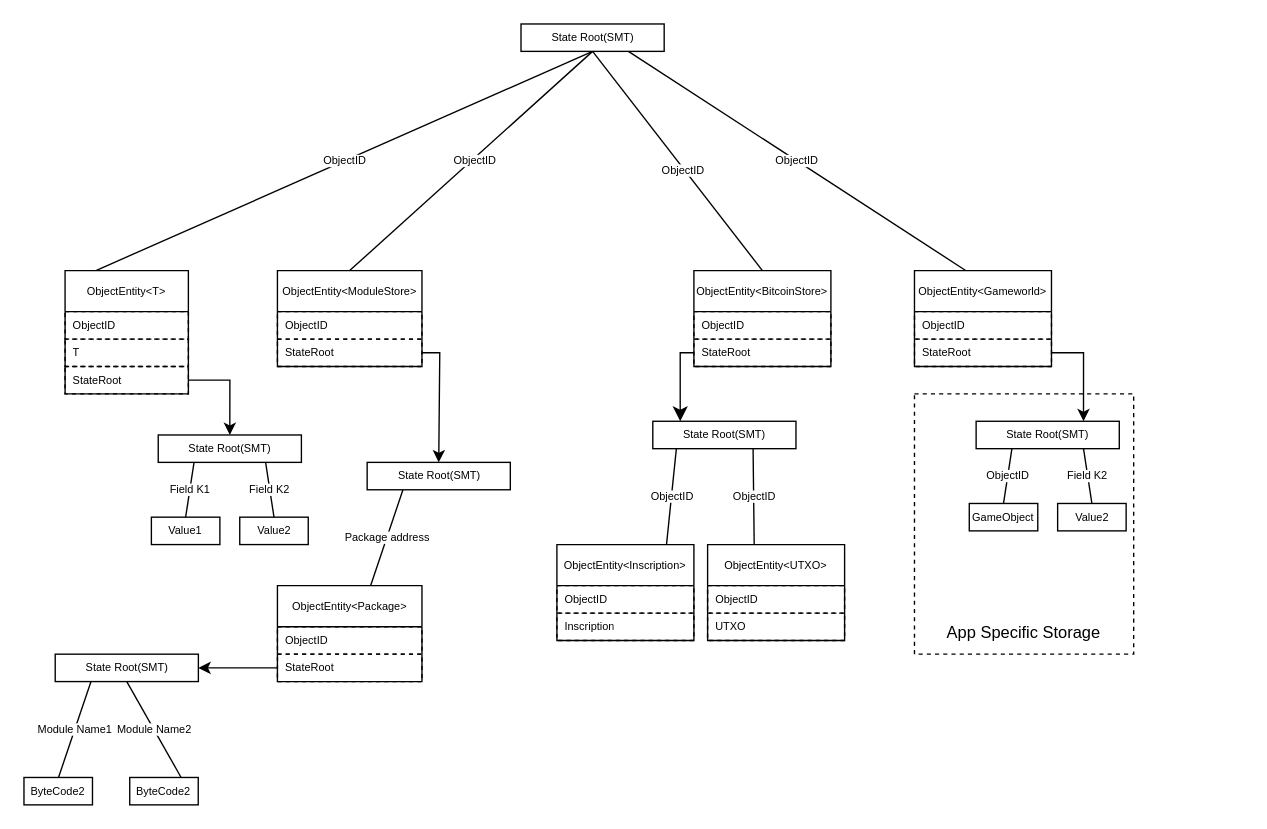
This is page "statedb" (3 of 10) of docs/website/public/docs/rooch-design.drawio from rooch-network/rooch, a draw.io file, before an edit. Source tidied: cells renumbered, new cells numbered last; positions are measured from the earlier drawing's top-left corner, leaving out a move shared by most shapes. Both pictures are drawn from the tidied source at 137%, with x=0, y=0 at pixel (23, 23).
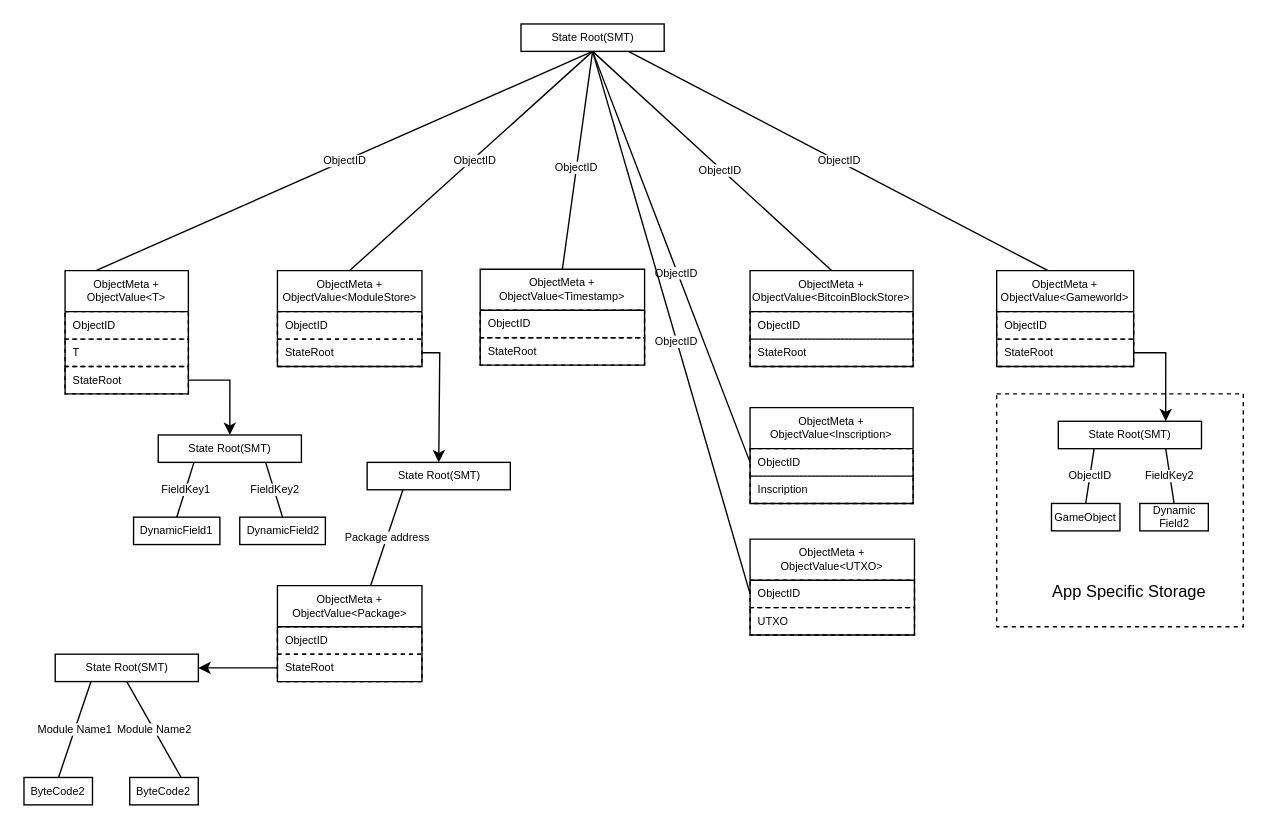
The same diagram, later.

Unchanged cells that the change refers to:
```xml
<mxCell id="6" value="State Root(SMT)" style="rounded=0;whiteSpace=wrap;html=1;fontSize=8;" parent="1" vertex="1">
  <mxGeometry x="362.8" width="104.5" height="20" as="geometry" />
</mxCell>
<mxCell id="32" value="State Root(SMT)" style="rounded=0;whiteSpace=wrap;html=1;fontSize=8;" parent="1" vertex="1">
  <mxGeometry x="98" y="300" width="104.5" height="20" as="geometry" />
</mxCell>
```

Change to the diagram source:
```diff
@@
+    <mxCell id="56" style="rounded=0;whiteSpace=wrap;html=1;fillColor=none;dashed=1;" parent="1" vertex="1">
+      <mxGeometry x="710" y="270" width="180" height="170" as="geometry" />
+    </mxCell>
@@
-    <mxCell id="7" value="ObjectEntity&amp;lt;ModuleStore&amp;gt;&lt;br&gt;" style="swimlane;fontStyle=0;horizontal=1;startSize=30;whiteSpace=wrap;html=1;fontSize=8;" parent="1" vertex="1">
+    <mxCell id="7" value="ObjectMeta + ObjectValue&amp;lt;ModuleStore&amp;gt;" style="swimlane;fontStyle=0;horizontal=1;startSize=30;whiteSpace=wrap;html=1;fontSize=8;" parent="1" vertex="1">
       <mxGeometry x="185" y="180" width="105.5" height="70" as="geometry" />
     </mxCell>
@@
-    <mxCell id="13" value="ObjectEntity&amp;lt;T&amp;gt;" style="swimlane;fontStyle=0;horizontal=1;startSize=30;whiteSpace=wrap;html=1;fontSize=8;" parent="1" vertex="1">
+    <mxCell id="13" value="ObjectMeta + ObjectValue&amp;lt;T&amp;gt;" style="swimlane;fontStyle=0;horizontal=1;startSize=30;whiteSpace=wrap;html=1;fontSize=8;" parent="1" vertex="1">
       <mxGeometry x="30" y="180" width="90" height="90" as="geometry" />
     </mxCell>
@@
-    <mxCell id="19" value="ObjectEntity&amp;lt;BitcoinStore&amp;gt;" style="swimlane;fontStyle=0;horizontal=1;startSize=30;whiteSpace=wrap;html=1;fontSize=8;" parent="1" vertex="1">
-      <mxGeometry x="489" y="180" width="100" height="70" as="geometry" />
+    <mxCell id="19" value="ObjectMeta + ObjectValue&amp;lt;BitcoinBlockStore&amp;gt;" style="swimlane;fontStyle=0;horizontal=1;startSize=30;whiteSpace=wrap;html=1;fontSize=8;" parent="1" vertex="1">
+      <mxGeometry x="530" y="180" width="119" height="70" as="geometry" />
     </mxCell>
     <mxCell id="20" value="ObjectID" style="text;strokeColor=default;fillColor=none;align=left;verticalAlign=middle;spacingLeft=4;spacingRight=4;overflow=hidden;whiteSpace=wrap;html=1;fontSize=8;dashed=1;" parent="19" vertex="1">
-      <mxGeometry y="30" width="100" height="20" as="geometry" />
+      <mxGeometry y="30" width="119" height="20" as="geometry" />
     </mxCell>
     <mxCell id="21" value="StateRoot" style="text;strokeColor=default;fillColor=none;align=left;verticalAlign=middle;spacingLeft=4;spacingRight=4;overflow=hidden;points=[[0,0.5],[1,0.5]];portConstraint=eastwest;whiteSpace=wrap;html=1;fontSize=8;dashed=1;" parent="19" vertex="1">
-      <mxGeometry y="50" width="100" height="20" as="geometry" />
+      <mxGeometry y="50" width="119" height="20" as="geometry" />
     </mxCell>
-    <mxCell id="22" value="ObjectID" style="edgeStyle=none;html=1;exitX=0.5;exitY=1;exitDx=0;exitDy=0;entryX=0.75;entryY=0;entryDx=0;entryDy=0;fontSize=8;endArrow=none;endFill=0;" parent="1" edge="1">
-      <mxGeometry relative="1" as="geometry">
-        <mxPoint x="476.2" y="310" as="sourcePoint" />
-        <mxPoint x="469" y="380" as="targetPoint" />
-      </mxGeometry>
-    </mxCell>
-    <mxCell id="23" value="State Root(SMT)" style="rounded=0;whiteSpace=wrap;html=1;fontSize=8;" parent="1" vertex="1">
-      <mxGeometry x="459" y="290" width="104.5" height="20" as="geometry" />
-    </mxCell>
-    <mxCell id="24" style="edgeStyle=elbowEdgeStyle;elbow=horizontal;endArrow=none;html=1;curved=0;rounded=0;endSize=8;startSize=8;fontSize=8;entryX=0;entryY=0.5;entryDx=0;entryDy=0;startArrow=classic;startFill=1;endFill=0;" parent="1" edge="1" target="21">
-      <mxGeometry relative="1" as="geometry">
-        <mxPoint x="479" y="290" as="sourcePoint" />
-        <Array as="points">
-          <mxPoint x="479" y="240" />
-        </Array>
-      </mxGeometry>
-    </mxCell>
-    <mxCell id="25" value="ObjectID" style="edgeStyle=none;html=1;exitX=0.5;exitY=1;exitDx=0;exitDy=0;entryX=0.75;entryY=0;entryDx=0;entryDy=0;fontSize=8;endArrow=none;endFill=0;" parent="1" edge="1">
-      <mxGeometry relative="1" as="geometry">
-        <mxPoint x="532.2" y="310" as="sourcePoint" />
-        <mxPoint x="533" y="380" as="targetPoint" />
-      </mxGeometry>
-    </mxCell>
-    <mxCell id="26" value="ObjectEntity&amp;lt;UTXO&amp;gt;" style="swimlane;fontStyle=0;horizontal=1;startSize=30;whiteSpace=wrap;html=1;fontSize=8;" parent="1" vertex="1">
-      <mxGeometry x="499" y="380" width="100" height="70" as="geometry" />
+    <mxCell id="26" value="ObjectMeta + ObjectValue&amp;lt;UTXO&amp;gt;" style="swimlane;fontStyle=0;horizontal=1;startSize=30;whiteSpace=wrap;html=1;fontSize=8;" parent="1" vertex="1">
+      <mxGeometry x="530" y="376" width="120" height="70" as="geometry" />
     </mxCell>
     <mxCell id="27" value="ObjectID" style="text;strokeColor=default;fillColor=none;align=left;verticalAlign=middle;spacingLeft=4;spacingRight=4;overflow=hidden;points=[[0,0.5],[1,0.5]];portConstraint=eastwest;whiteSpace=wrap;html=1;fontSize=8;dashed=1;" parent="26" vertex="1">
-      <mxGeometry y="30" width="100" height="20" as="geometry" />
+      <mxGeometry y="30" width="120" height="20" as="geometry" />
     </mxCell>
     <mxCell id="28" value="UTXO" style="text;strokeColor=default;fillColor=none;align=left;verticalAlign=middle;spacingLeft=4;spacingRight=4;overflow=hidden;whiteSpace=wrap;html=1;fontSize=8;dashed=1;" parent="26" vertex="1">
-      <mxGeometry y="50" width="100" height="20" as="geometry" />
+      <mxGeometry y="50" width="120" height="20" as="geometry" />
     </mxCell>
-    <mxCell id="29" value="ObjectEntity&amp;lt;Inscription&amp;gt;" style="swimlane;fontStyle=0;horizontal=1;startSize=30;whiteSpace=wrap;html=1;fontSize=8;" parent="1" vertex="1">
-      <mxGeometry x="389" y="380" width="100" height="70" as="geometry" />
+    <mxCell id="29" value="ObjectMeta + ObjectValue&amp;lt;Inscription&amp;gt;" style="swimlane;fontStyle=0;horizontal=1;startSize=30;whiteSpace=wrap;html=1;fontSize=8;" parent="1" vertex="1">
+      <mxGeometry x="530" y="280" width="119" height="70" as="geometry" />
     </mxCell>
     <mxCell id="30" value="ObjectID" style="text;strokeColor=default;fillColor=none;align=left;verticalAlign=middle;spacingLeft=4;spacingRight=4;overflow=hidden;points=[[0,0.5],[1,0.5]];portConstraint=eastwest;whiteSpace=wrap;html=1;fontSize=8;dashed=1;" parent="29" vertex="1">
-      <mxGeometry y="30" width="100" height="20" as="geometry" />
+      <mxGeometry y="30" width="119" height="20" as="geometry" />
     </mxCell>
     <mxCell id="31" value="Inscription" style="text;strokeColor=default;fillColor=none;align=left;verticalAlign=middle;spacingLeft=4;spacingRight=4;overflow=hidden;whiteSpace=wrap;html=1;fontSize=8;dashed=1;" parent="29" vertex="1">
-      <mxGeometry y="50" width="100" height="20" as="geometry" />
+      <mxGeometry y="50" width="119" height="20" as="geometry" />
     </mxCell>
@@
-    <mxCell id="34" value="Value1" style="rounded=0;whiteSpace=wrap;html=1;fontSize=8;" parent="1" vertex="1">
-      <mxGeometry x="93" y="360" width="50" height="20" as="geometry" />
+    <mxCell id="34" value="DynamicField1" style="rounded=0;whiteSpace=wrap;html=1;fontSize=8;" parent="1" vertex="1">
+      <mxGeometry x="80" y="360" width="63" height="20" as="geometry" />
     </mxCell>
-    <mxCell id="35" value="Value2" style="rounded=0;whiteSpace=wrap;html=1;fontSize=8;" parent="1" vertex="1">
-      <mxGeometry x="157.5" y="360" width="50" height="20" as="geometry" />
+    <mxCell id="35" value="DynamicField2" style="rounded=0;whiteSpace=wrap;html=1;fontSize=8;" parent="1" vertex="1">
+      <mxGeometry x="157.5" y="360" width="62.5" height="20" as="geometry" />
     </mxCell>
-    <mxCell id="36" value="Field K1" style="edgeStyle=none;html=1;exitX=0.25;exitY=1;exitDx=0;exitDy=0;entryX=0.5;entryY=0;entryDx=0;entryDy=0;fontSize=8;endArrow=none;endFill=0;" parent="1" edge="1" source="32" target="34">
+    <mxCell id="36" value="FieldKey1" style="edgeStyle=none;html=1;exitX=0.25;exitY=1;exitDx=0;exitDy=0;entryX=0.5;entryY=0;entryDx=0;entryDy=0;fontSize=8;endArrow=none;endFill=0;" parent="1" edge="1" source="32" target="34">
       <mxGeometry relative="1" as="geometry" />
     </mxCell>
-    <mxCell id="37" value="Field K2" style="edgeStyle=none;html=1;exitX=0.75;exitY=1;exitDx=0;exitDy=0;entryX=0.5;entryY=0;entryDx=0;entryDy=0;fontSize=8;endArrow=none;endFill=0;" parent="1" edge="1" source="32" target="35">
+    <mxCell id="37" value="FieldKey2" style="edgeStyle=none;html=1;exitX=0.75;exitY=1;exitDx=0;exitDy=0;entryX=0.5;entryY=0;entryDx=0;entryDy=0;fontSize=8;endArrow=none;endFill=0;" parent="1" edge="1" source="32" target="35">
       <mxGeometry relative="1" as="geometry" />
     </mxCell>
-    <mxCell id="38" value="ObjectEntity&amp;lt;Gameworld&amp;gt;" style="swimlane;fontStyle=0;horizontal=1;startSize=30;whiteSpace=wrap;html=1;fontSize=8;" parent="1" vertex="1">
-      <mxGeometry x="650" y="180" width="100" height="70" as="geometry" />
+    <mxCell id="38" value="ObjectMeta + ObjectValue&amp;lt;Gameworld&amp;gt;" style="swimlane;fontStyle=0;horizontal=1;startSize=30;whiteSpace=wrap;html=1;fontSize=8;" parent="1" vertex="1">
+      <mxGeometry x="710" y="180" width="100" height="70" as="geometry" />
     </mxCell>
@@
     <mxCell id="41" value="State Root(SMT)" style="rounded=0;whiteSpace=wrap;html=1;fontSize=8;" parent="1" vertex="1">
-      <mxGeometry x="695" y="290" width="104.5" height="20" as="geometry" />
+      <mxGeometry x="755" y="290" width="104.5" height="20" as="geometry" />
     </mxCell>
     <mxCell id="42" value="GameObject" style="rounded=0;whiteSpace=wrap;html=1;fontSize=8;" parent="1" vertex="1">
-      <mxGeometry x="690" y="350" width="50" height="20" as="geometry" />
+      <mxGeometry x="750" y="350" width="50" height="20" as="geometry" />
     </mxCell>
-    <mxCell id="43" value="Value2" style="rounded=0;whiteSpace=wrap;html=1;fontSize=8;" parent="1" vertex="1">
-      <mxGeometry x="754.5" y="350" width="50" height="20" as="geometry" />
+    <mxCell id="43" value="Dynamic Field2" style="rounded=0;whiteSpace=wrap;html=1;fontSize=8;" parent="1" vertex="1">
+      <mxGeometry x="814.5" y="350" width="50" height="20" as="geometry" />
     </mxCell>
@@
-    <mxCell id="45" value="Field K2" style="edgeStyle=none;html=1;exitX=0.75;exitY=1;exitDx=0;exitDy=0;entryX=0.5;entryY=0;entryDx=0;entryDy=0;fontSize=8;endArrow=none;endFill=0;" parent="1" edge="1" source="41" target="43">
+    <mxCell id="45" value="FieldKey2" style="edgeStyle=none;html=1;exitX=0.75;exitY=1;exitDx=0;exitDy=0;entryX=0.5;entryY=0;entryDx=0;entryDy=0;fontSize=8;endArrow=none;endFill=0;" parent="1" edge="1" source="41" target="43">
       <mxGeometry relative="1" as="geometry" />
     </mxCell>
@@
-    <mxCell id="47" value="ObjectEntity&amp;lt;Package&amp;gt;" style="swimlane;fontStyle=0;horizontal=1;startSize=30;whiteSpace=wrap;html=1;fontSize=8;" parent="1" vertex="1">
+    <mxCell id="47" value="ObjectMeta + ObjectValue&amp;lt;Package&amp;gt;" style="swimlane;fontStyle=0;horizontal=1;startSize=30;whiteSpace=wrap;html=1;fontSize=8;" parent="1" vertex="1">
       <mxGeometry x="185" y="410" width="105.5" height="70" as="geometry" />
     </mxCell>
@@
-    <mxCell id="56" style="rounded=0;whiteSpace=wrap;html=1;fillColor=none;dashed=1;" parent="1" vertex="1">
-      <mxGeometry x="650" y="270" width="160" height="190" as="geometry" />
-    </mxCell>
     <mxCell id="57" value="App Specific Storage" style="text;html=1;strokeColor=none;fillColor=none;align=center;verticalAlign=middle;whiteSpace=wrap;rounded=0;dashed=1;" parent="1" vertex="1">
-      <mxGeometry x="670" y="430" width="120" height="30" as="geometry" />
+      <mxGeometry x="747.2" y="400" width="120" height="30" as="geometry" />
     </mxCell>
+    <mxCell id="58" style="edgeStyle=none;html=1;fontSize=8;endArrow=none;endFill=0;entryX=0.5;entryY=1;entryDx=0;entryDy=0;exitX=0;exitY=0.5;exitDx=0;exitDy=0;" parent="1" edge="1" source="30" target="6">
+      <mxGeometry relative="1" as="geometry" />
+    </mxCell>
+    <mxCell id="59" value="ObjectID" style="edgeLabel;html=1;align=center;verticalAlign=middle;fontSize=8;" parent="58" vertex="1">
+      <mxGeometry x="-0.07" y="1" relative="1" as="geometry" />
+    </mxCell>
+    <mxCell id="60" style="edgeStyle=none;html=1;fontSize=8;endArrow=none;endFill=0;entryX=0.5;entryY=1;entryDx=0;entryDy=0;exitX=0;exitY=0.5;exitDx=0;exitDy=0;" parent="1" edge="1" source="27" target="6">
+      <mxGeometry relative="1" as="geometry" />
+    </mxCell>
+    <mxCell id="61" value="ObjectID" style="edgeLabel;html=1;align=center;verticalAlign=middle;fontSize=8;" parent="60" vertex="1">
+      <mxGeometry x="-0.07" y="1" relative="1" as="geometry" />
+    </mxCell>
+    <mxCell id="62" value="ObjectMeta + ObjectValue&amp;lt;Timestamp&amp;gt;" style="swimlane;fontStyle=0;horizontal=1;startSize=30;whiteSpace=wrap;html=1;fontSize=8;" parent="1" vertex="1">
+      <mxGeometry x="333" y="179" width="120" height="70" as="geometry" />
+    </mxCell>
+    <mxCell id="63" value="ObjectID" style="text;strokeColor=default;fillColor=none;align=left;verticalAlign=middle;spacingLeft=4;spacingRight=4;overflow=hidden;whiteSpace=wrap;html=1;fontSize=8;dashed=1;" parent="62" vertex="1">
+      <mxGeometry y="30" width="120" height="20" as="geometry" />
+    </mxCell>
+    <mxCell id="64" value="StateRoot" style="text;strokeColor=default;fillColor=none;align=left;verticalAlign=middle;spacingLeft=4;spacingRight=4;overflow=hidden;whiteSpace=wrap;html=1;fontSize=8;dashed=1;" parent="62" vertex="1">
+      <mxGeometry y="50" width="120" height="20" as="geometry" />
+    </mxCell>
+    <mxCell id="65" style="edgeStyle=none;html=1;fontSize=8;endArrow=none;endFill=0;entryX=0.5;entryY=1;entryDx=0;entryDy=0;exitX=0.5;exitY=0;exitDx=0;exitDy=0;" parent="1" edge="1" source="62" target="6">
+      <mxGeometry relative="1" as="geometry" />
+    </mxCell>
+    <mxCell id="66" value="ObjectID" style="edgeLabel;html=1;align=center;verticalAlign=middle;fontSize=8;" parent="65" vertex="1">
+      <mxGeometry x="-0.07" y="1" relative="1" as="geometry" />
+    </mxCell>
```
